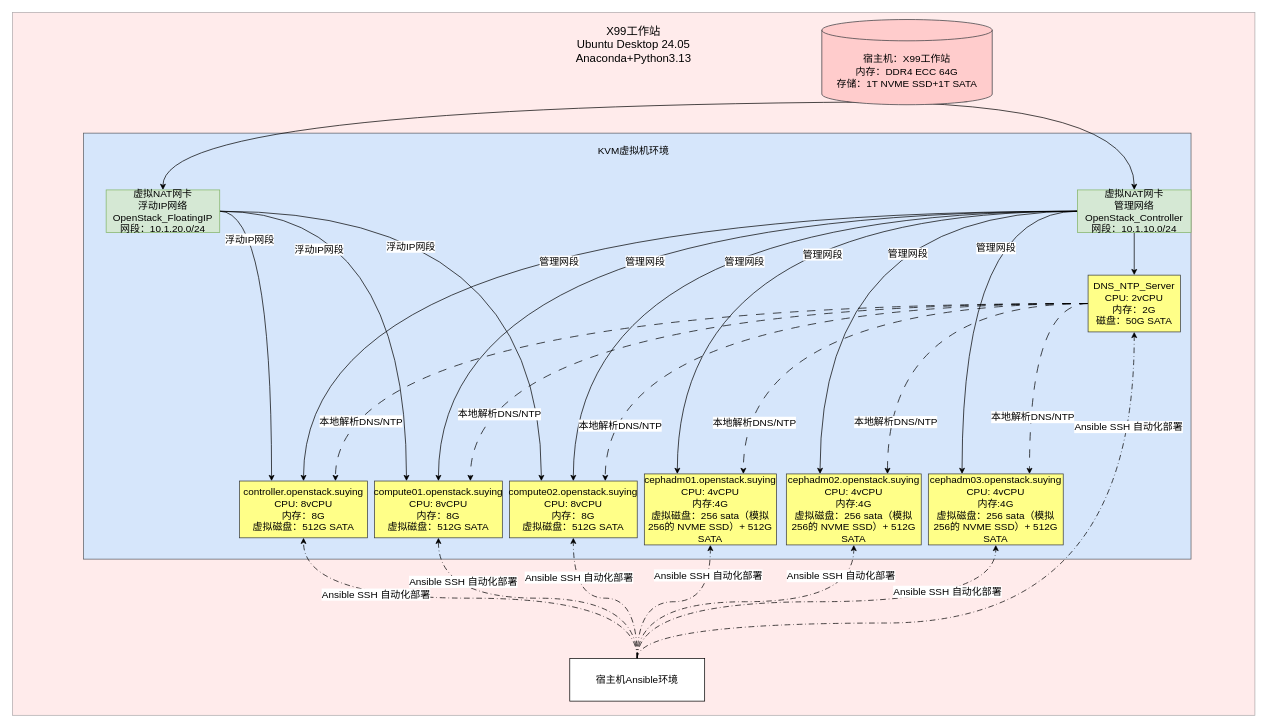
Above: 测试环境部署模型.drawio in lrAltas/DrwaIO (draw.io), before the change. Source tidied: cells renumbered, new cells numbered last; positions are measured from the earlier drawing's top-left corner, leaving out a move shared by most shapes. Both pictures are drawn from the tidied source at 71%, with x=0, y=0 at pixel (12, 12).
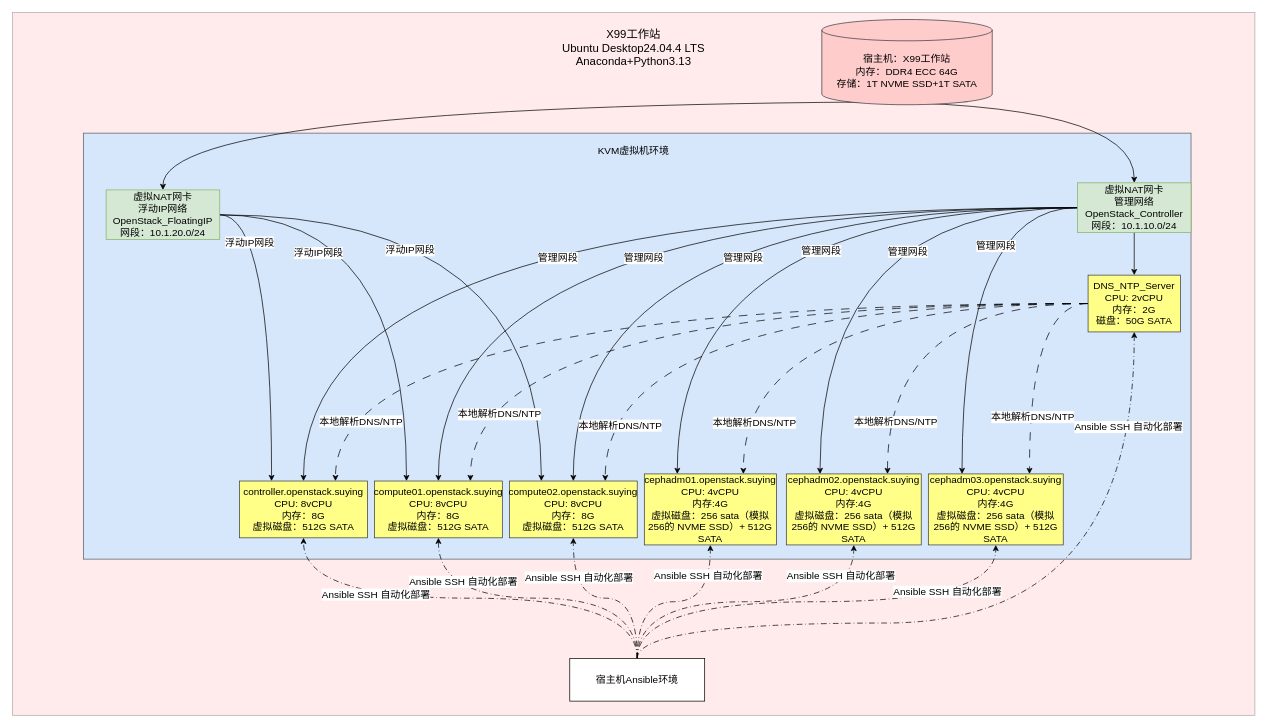
The same page after the edit.

Commit message (it also covers changes not shown here):
更新测试环境部署模型.drawio

Change to the diagram source:
```diff
@@
     <mxCell id="20" value="&lt;div&gt;虚拟NAT网卡&lt;/div&gt;&lt;div&gt;管理网络OpenStack_Controller&lt;/div&gt;&lt;div&gt;网段：10.1.10.0/24&lt;/div&gt;" style="rounded=0;whiteSpace=wrap;html=1;fillColor=#d5e8d4;strokeColor=#82b366;fontSize=14;" parent="1" vertex="1">
-      <mxGeometry x="1500" y="250" width="160" height="60" as="geometry" />
+      <mxGeometry x="1500" y="240" width="160" height="70" as="geometry" />
     </mxCell>
@@
     <mxCell id="27" value="&lt;div&gt;虚拟NAT网卡&lt;/div&gt;&lt;div&gt;浮动IP网络&lt;/div&gt;&lt;div&gt;OpenStack_FloatingIP&lt;/div&gt;&lt;div&gt;网段：10.1.20.0/24&lt;/div&gt;" style="rounded=0;whiteSpace=wrap;html=1;fillColor=#d5e8d4;strokeColor=#82b366;fontSize=14;" parent="1" vertex="1">
-      <mxGeometry x="132" y="250" width="160" height="60" as="geometry" />
+      <mxGeometry x="132" y="250" width="160" height="70" as="geometry" />
     </mxCell>
@@
-    <mxCell id="63" value="&lt;div&gt;&lt;font style=&quot;font-size: 16px;&quot;&gt;X99工作站&lt;/font&gt;&lt;/div&gt;&lt;div&gt;&lt;font style=&quot;font-size: 16px;&quot;&gt;Ubuntu Desktop 24.05&lt;/font&gt;&lt;/div&gt;&lt;div&gt;&lt;font style=&quot;font-size: 16px;&quot;&gt;Anaconda+Python3.13&lt;/font&gt;&lt;/div&gt;" style="text;html=1;whiteSpace=wrap;strokeColor=none;fillColor=none;align=center;verticalAlign=middle;rounded=0;fontSize=14;" parent="1" vertex="1">
-      <mxGeometry x="790" y="30" width="170" height="30" as="geometry" />
+    <mxCell id="63" value="&lt;div&gt;&lt;font style=&quot;font-size: 16px;&quot;&gt;X99工作站&lt;/font&gt;&lt;/div&gt;&lt;div&gt;&lt;font style=&quot;font-size: 16px;&quot;&gt;Ubuntu Desktop24.04.4 LTS&lt;/font&gt;&lt;/div&gt;&lt;div&gt;&lt;font style=&quot;font-size: 16px;&quot;&gt;Anaconda+Python3.13&lt;/font&gt;&lt;/div&gt;" style="text;html=1;whiteSpace=wrap;strokeColor=none;fillColor=none;align=center;verticalAlign=middle;rounded=0;fontSize=14;" parent="1" vertex="1">
+      <mxGeometry x="750" y="10" width="250" height="80" as="geometry" />
     </mxCell>
```
